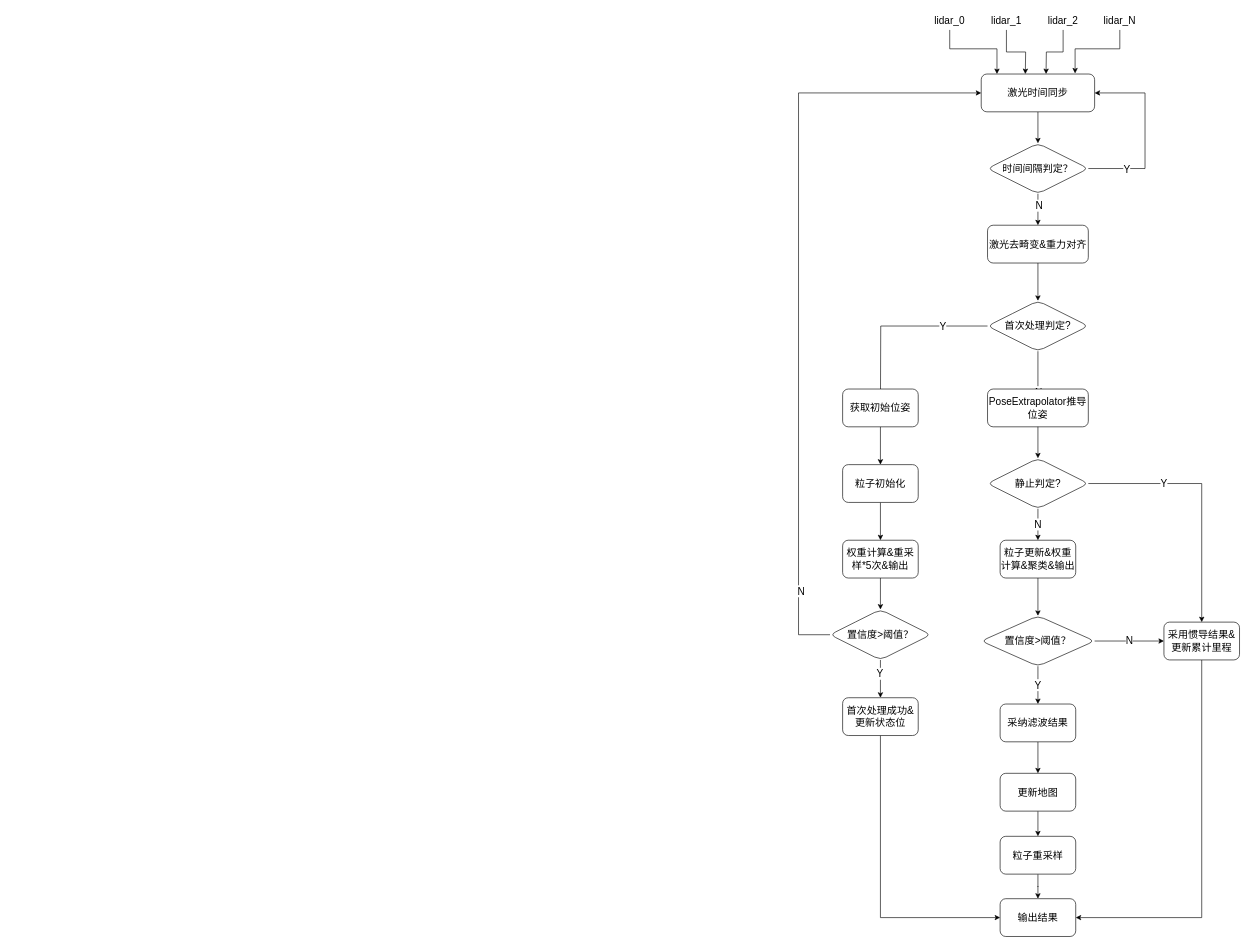
The draw.io diagram AMCL_refactor.drawio in mMikaa00/For_draw_io, before the edit. Source tidied: cells renumbered, new cells numbered last; positions are measured from the earlier drawing's top-left corner, leaving out a move shared by most shapes. Both pictures are drawn from the tidied source at 63%, with x=0, y=0 at pixel (798, 11).
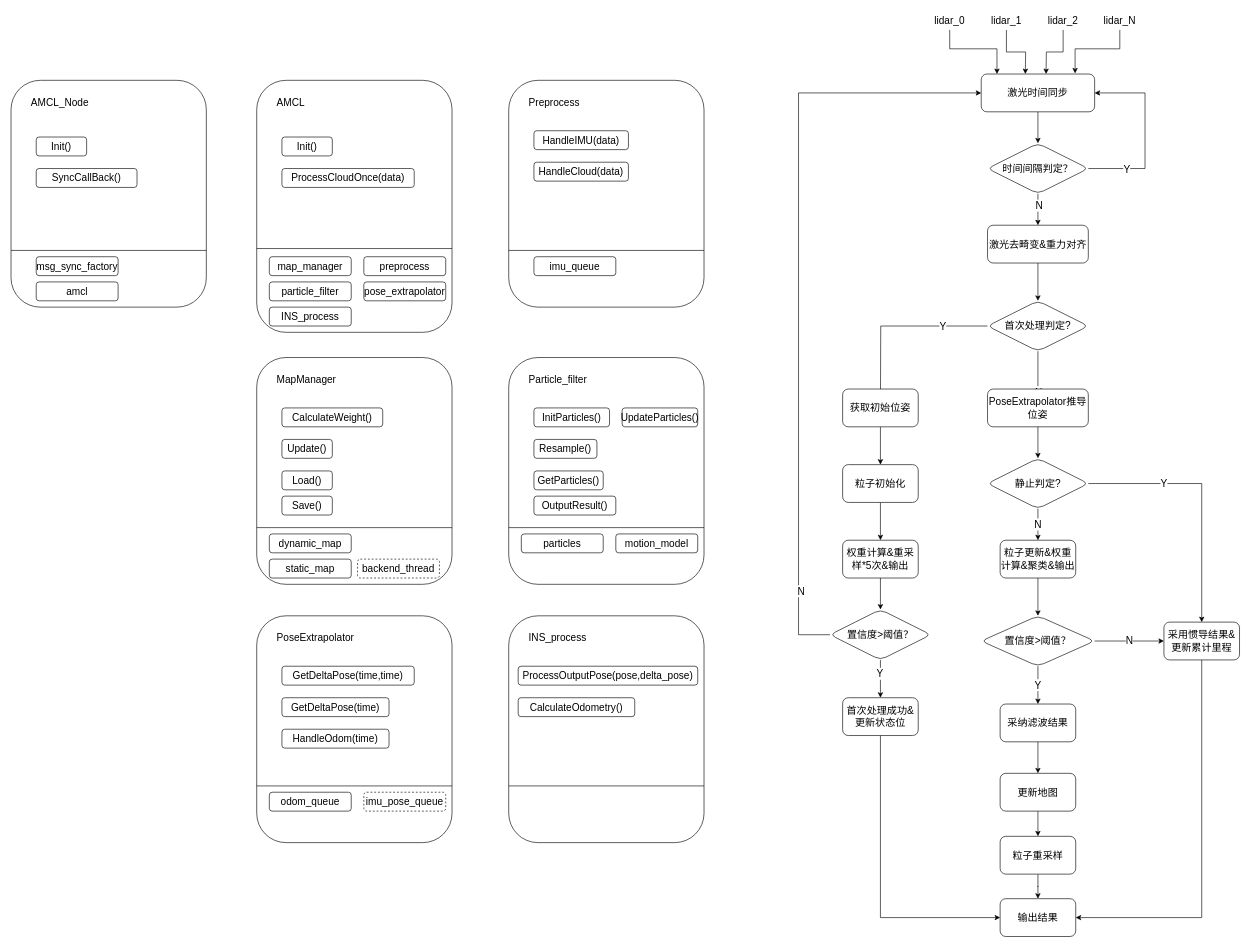
The same page after the edit.

Change to the diagram source:
```diff
@@
+    <mxCell id="55" style="rounded=1;whiteSpace=wrap;html=1;align=left;verticalAlign=top;fillColor=none;" parent="1" vertex="1">
+      <mxGeometry x="-1250" y="110" width="310" height="360" as="geometry" />
+    </mxCell>
+    <mxCell id="56" style="rounded=1;whiteSpace=wrap;html=1;align=left;verticalAlign=top;fillColor=none;" parent="1" vertex="1">
+      <mxGeometry x="-860" y="110" width="310" height="400" as="geometry" />
+    </mxCell>
+    <mxCell id="57" value="AMCL" style="text;html=1;strokeColor=none;fillColor=none;align=left;verticalAlign=middle;whiteSpace=wrap;rounded=0;fontSize=16;" parent="1" vertex="1">
+      <mxGeometry x="-830" y="130" width="110" height="30" as="geometry" />
+    </mxCell>
+    <mxCell id="58" value="Init()" style="rounded=1;whiteSpace=wrap;html=1;fontSize=16;fillColor=none;" parent="1" vertex="1">
+      <mxGeometry x="-820" y="200" width="80" height="30" as="geometry" />
+    </mxCell>
+    <mxCell id="59" value="ProcessCloudOnce(data)" style="rounded=1;whiteSpace=wrap;html=1;fontSize=16;fillColor=none;" parent="1" vertex="1">
+      <mxGeometry x="-820" y="250" width="210" height="30" as="geometry" />
+    </mxCell>
+    <mxCell id="60" style="endArrow=none;html=1;rounded=0;fontSize=16;entryX=1;entryY=0.75;entryDx=0;entryDy=0;exitX=0;exitY=0.75;exitDx=0;exitDy=0;" parent="1" edge="1">
+      <mxGeometry relative="1" as="geometry">
+        <mxPoint x="-860" y="377" as="sourcePoint" />
+        <mxPoint x="-550" y="377" as="targetPoint" />
+      </mxGeometry>
+    </mxCell>
+    <mxCell id="61" style="rounded=1;whiteSpace=wrap;html=1;align=left;verticalAlign=top;fillColor=none;" parent="1" vertex="1">
+      <mxGeometry x="-860" y="550" width="310" height="360" as="geometry" />
+    </mxCell>
+    <mxCell id="62" value="MapManager" style="text;html=1;strokeColor=none;fillColor=none;align=left;verticalAlign=middle;whiteSpace=wrap;rounded=0;fontSize=16;" parent="1" vertex="1">
+      <mxGeometry x="-830" y="570" width="110" height="30" as="geometry" />
+    </mxCell>
+    <mxCell id="63" value="CalculateWeight()" style="rounded=1;whiteSpace=wrap;html=1;fontSize=16;fillColor=none;" parent="1" vertex="1">
+      <mxGeometry x="-820" y="630" width="160" height="30" as="geometry" />
+    </mxCell>
+    <mxCell id="64" value="Update()" style="rounded=1;whiteSpace=wrap;html=1;fontSize=16;fillColor=none;" parent="1" vertex="1">
+      <mxGeometry x="-820" y="680" width="80" height="30" as="geometry" />
+    </mxCell>
+    <mxCell id="65" style="endArrow=none;html=1;rounded=0;fontSize=16;entryX=1;entryY=0.75;entryDx=0;entryDy=0;exitX=0;exitY=0.75;exitDx=0;exitDy=0;" parent="1" edge="1" source="61" target="61">
+      <mxGeometry relative="1" as="geometry" />
+    </mxCell>
+    <mxCell id="66" value="dynamic_map" style="rounded=1;whiteSpace=wrap;html=1;fontSize=16;fillColor=none;" parent="1" vertex="1">
+      <mxGeometry x="-840" y="830" width="130" height="30" as="geometry" />
+    </mxCell>
+    <mxCell id="67" value="static_map" style="rounded=1;whiteSpace=wrap;html=1;fontSize=16;fillColor=none;" parent="1" vertex="1">
+      <mxGeometry x="-840" y="870" width="130" height="30" as="geometry" />
+    </mxCell>
+    <mxCell id="68" value="Load()" style="rounded=1;whiteSpace=wrap;html=1;fontSize=16;fillColor=none;" parent="1" vertex="1">
+      <mxGeometry x="-820" y="730" width="80" height="30" as="geometry" />
+    </mxCell>
+    <mxCell id="69" value="Save()" style="rounded=1;whiteSpace=wrap;html=1;fontSize=16;fillColor=none;" parent="1" vertex="1">
+      <mxGeometry x="-820" y="770" width="80" height="30" as="geometry" />
+    </mxCell>
+    <mxCell id="70" style="rounded=1;whiteSpace=wrap;html=1;align=left;verticalAlign=top;fillColor=none;" parent="1" vertex="1">
+      <mxGeometry x="-460" y="110" width="310" height="360" as="geometry" />
+    </mxCell>
+    <mxCell id="71" value="Preprocess" style="text;html=1;strokeColor=none;fillColor=none;align=left;verticalAlign=middle;whiteSpace=wrap;rounded=0;fontSize=16;" parent="1" vertex="1">
+      <mxGeometry x="-430" y="130" width="110" height="30" as="geometry" />
+    </mxCell>
+    <mxCell id="72" style="endArrow=none;html=1;rounded=0;fontSize=16;entryX=1;entryY=0.75;entryDx=0;entryDy=0;exitX=0;exitY=0.75;exitDx=0;exitDy=0;" parent="1" edge="1" source="70" target="70">
+      <mxGeometry relative="1" as="geometry" />
+    </mxCell>
+    <mxCell id="73" value="msg_sync_factory" style="rounded=1;whiteSpace=wrap;html=1;fontSize=16;fillColor=none;" parent="1" vertex="1">
+      <mxGeometry x="-1210" y="390" width="130" height="30" as="geometry" />
+    </mxCell>
+    <mxCell id="74" value="imu_queue" style="rounded=1;whiteSpace=wrap;html=1;fontSize=16;fillColor=none;" parent="1" vertex="1">
+      <mxGeometry x="-420" y="390" width="130" height="30" as="geometry" />
+    </mxCell>
+    <mxCell id="75" value="AMCL_Node" style="text;html=1;strokeColor=none;fillColor=none;align=left;verticalAlign=middle;whiteSpace=wrap;rounded=0;fontSize=16;" parent="1" vertex="1">
+      <mxGeometry x="-1220" y="130" width="110" height="30" as="geometry" />
+    </mxCell>
+    <mxCell id="76" value="Init()" style="rounded=1;whiteSpace=wrap;html=1;fontSize=16;fillColor=none;" parent="1" vertex="1">
+      <mxGeometry x="-1210" y="200" width="80" height="30" as="geometry" />
+    </mxCell>
+    <mxCell id="77" style="endArrow=none;html=1;rounded=0;fontSize=16;entryX=1;entryY=0.75;entryDx=0;entryDy=0;exitX=0;exitY=0.75;exitDx=0;exitDy=0;" parent="1" edge="1" source="55" target="55">
+      <mxGeometry relative="1" as="geometry" />
+    </mxCell>
+    <mxCell id="78" value="amcl" style="rounded=1;whiteSpace=wrap;html=1;fontSize=16;fillColor=none;" parent="1" vertex="1">
+      <mxGeometry x="-1210" y="430" width="130" height="30" as="geometry" />
+    </mxCell>
+    <mxCell id="79" value="SyncCallBack()" style="rounded=1;whiteSpace=wrap;html=1;fontSize=16;fillColor=none;" parent="1" vertex="1">
+      <mxGeometry x="-1210" y="250" width="160" height="30" as="geometry" />
+    </mxCell>
+    <mxCell id="80" value="HandleIMU(data)" style="rounded=1;whiteSpace=wrap;html=1;fontSize=16;fillColor=none;" parent="1" vertex="1">
+      <mxGeometry x="-420" y="190" width="150" height="30" as="geometry" />
+    </mxCell>
+    <mxCell id="81" value="HandleCloud(data)" style="rounded=1;whiteSpace=wrap;html=1;fontSize=16;fillColor=none;" parent="1" vertex="1">
+      <mxGeometry x="-420" y="240" width="150" height="30" as="geometry" />
+    </mxCell>
+    <mxCell id="82" value="map_manager" style="rounded=1;whiteSpace=wrap;html=1;fontSize=16;fillColor=none;" parent="1" vertex="1">
+      <mxGeometry x="-840" y="390" width="130" height="30" as="geometry" />
+    </mxCell>
+    <mxCell id="83" value="preprocess" style="rounded=1;whiteSpace=wrap;html=1;fontSize=16;fillColor=none;" parent="1" vertex="1">
+      <mxGeometry x="-690" y="390" width="130" height="30" as="geometry" />
+    </mxCell>
+    <mxCell id="84" value="particle_filter" style="rounded=1;whiteSpace=wrap;html=1;fontSize=16;fillColor=none;" parent="1" vertex="1">
+      <mxGeometry x="-840" y="430" width="130" height="30" as="geometry" />
+    </mxCell>
+    <mxCell id="85" value="pose_extrapolator" style="rounded=1;whiteSpace=wrap;html=1;fontSize=16;fillColor=none;" parent="1" vertex="1">
+      <mxGeometry x="-690" y="430" width="130" height="30" as="geometry" />
+    </mxCell>
+    <mxCell id="86" value="INS_process" style="rounded=1;whiteSpace=wrap;html=1;fontSize=16;fillColor=none;" parent="1" vertex="1">
+      <mxGeometry x="-840" y="470" width="130" height="30" as="geometry" />
+    </mxCell>
+    <mxCell id="87" value="backend_thread" style="rounded=1;whiteSpace=wrap;html=1;fontSize=16;fillColor=none;dashed=1;" parent="1" vertex="1">
+      <mxGeometry x="-700" y="870" width="130" height="30" as="geometry" />
+    </mxCell>
+    <mxCell id="88" style="rounded=1;whiteSpace=wrap;html=1;align=left;verticalAlign=top;fillColor=none;" parent="1" vertex="1">
+      <mxGeometry x="-460" y="550" width="310" height="360" as="geometry" />
+    </mxCell>
+    <mxCell id="89" value="Particle_filter" style="text;html=1;strokeColor=none;fillColor=none;align=left;verticalAlign=middle;whiteSpace=wrap;rounded=0;fontSize=16;" parent="1" vertex="1">
+      <mxGeometry x="-430" y="570" width="110" height="30" as="geometry" />
+    </mxCell>
+    <mxCell id="90" value="InitParticles()" style="rounded=1;whiteSpace=wrap;html=1;fontSize=16;fillColor=none;" parent="1" vertex="1">
+      <mxGeometry x="-420" y="630" width="120" height="30" as="geometry" />
+    </mxCell>
+    <mxCell id="91" value="Resample()" style="rounded=1;whiteSpace=wrap;html=1;fontSize=16;fillColor=none;" parent="1" vertex="1">
+      <mxGeometry x="-420" y="680" width="100" height="30" as="geometry" />
+    </mxCell>
+    <mxCell id="92" style="endArrow=none;html=1;rounded=0;fontSize=16;entryX=1;entryY=0.75;entryDx=0;entryDy=0;exitX=0;exitY=0.75;exitDx=0;exitDy=0;" parent="1" edge="1" source="88" target="88">
+      <mxGeometry relative="1" as="geometry" />
+    </mxCell>
+    <mxCell id="93" value="particles" style="rounded=1;whiteSpace=wrap;html=1;fontSize=16;fillColor=none;" parent="1" vertex="1">
+      <mxGeometry x="-440" y="830" width="130" height="30" as="geometry" />
+    </mxCell>
+    <mxCell id="94" value="GetParticles()" style="rounded=1;whiteSpace=wrap;html=1;fontSize=16;fillColor=none;" parent="1" vertex="1">
+      <mxGeometry x="-420" y="730" width="110" height="30" as="geometry" />
+    </mxCell>
+    <mxCell id="95" value="OutputResult()" style="rounded=1;whiteSpace=wrap;html=1;fontSize=16;fillColor=none;" parent="1" vertex="1">
+      <mxGeometry x="-420" y="770" width="130" height="30" as="geometry" />
+    </mxCell>
+    <mxCell id="96" value="UpdateParticles()" style="rounded=1;whiteSpace=wrap;html=1;fontSize=16;fillColor=none;" parent="1" vertex="1">
+      <mxGeometry x="-280" y="630" width="120" height="30" as="geometry" />
+    </mxCell>
+    <mxCell id="97" value="motion_model" style="rounded=1;whiteSpace=wrap;html=1;fontSize=16;fillColor=none;" parent="1" vertex="1">
+      <mxGeometry x="-290" y="830" width="130" height="30" as="geometry" />
+    </mxCell>
+    <mxCell id="98" style="rounded=1;whiteSpace=wrap;html=1;align=left;verticalAlign=top;fillColor=none;" parent="1" vertex="1">
+      <mxGeometry x="-860" y="960" width="310" height="360" as="geometry" />
+    </mxCell>
+    <mxCell id="99" value="PoseExtrapolator" style="text;html=1;strokeColor=none;fillColor=none;align=left;verticalAlign=middle;whiteSpace=wrap;rounded=0;fontSize=16;" parent="1" vertex="1">
+      <mxGeometry x="-830" y="980" width="110" height="30" as="geometry" />
+    </mxCell>
+    <mxCell id="100" value="GetDeltaPose(time)" style="rounded=1;whiteSpace=wrap;html=1;fontSize=16;fillColor=none;" parent="1" vertex="1">
+      <mxGeometry x="-820" y="1090" width="170" height="30" as="geometry" />
+    </mxCell>
+    <mxCell id="101" style="endArrow=none;html=1;rounded=0;fontSize=16;entryX=1;entryY=0.75;entryDx=0;entryDy=0;exitX=0;exitY=0.75;exitDx=0;exitDy=0;" parent="1" edge="1" source="98" target="98">
+      <mxGeometry relative="1" as="geometry" />
+    </mxCell>
+    <mxCell id="102" value="odom_queue" style="rounded=1;whiteSpace=wrap;html=1;fontSize=16;fillColor=none;" parent="1" vertex="1">
+      <mxGeometry x="-840" y="1240" width="130" height="30" as="geometry" />
+    </mxCell>
+    <mxCell id="103" value="imu_pose_queue" style="rounded=1;whiteSpace=wrap;html=1;fontSize=16;fillColor=none;dashed=1;" parent="1" vertex="1">
+      <mxGeometry x="-690" y="1240" width="130" height="30" as="geometry" />
+    </mxCell>
+    <mxCell id="104" value="GetDeltaPose(time,time)" style="rounded=1;whiteSpace=wrap;html=1;fontSize=16;fillColor=none;" parent="1" vertex="1">
+      <mxGeometry x="-820" y="1040" width="210" height="30" as="geometry" />
+    </mxCell>
+    <mxCell id="105" value="HandleOdom(time)" style="rounded=1;whiteSpace=wrap;html=1;fontSize=16;fillColor=none;" parent="1" vertex="1">
+      <mxGeometry x="-820" y="1140" width="170" height="30" as="geometry" />
+    </mxCell>
+    <mxCell id="106" style="rounded=1;whiteSpace=wrap;html=1;align=left;verticalAlign=top;fillColor=none;" parent="1" vertex="1">
+      <mxGeometry x="-460" y="960" width="310" height="360" as="geometry" />
+    </mxCell>
+    <mxCell id="107" value="INS_process" style="text;html=1;strokeColor=none;fillColor=none;align=left;verticalAlign=middle;whiteSpace=wrap;rounded=0;fontSize=16;" parent="1" vertex="1">
+      <mxGeometry x="-430" y="980" width="110" height="30" as="geometry" />
+    </mxCell>
+    <mxCell id="108" style="endArrow=none;html=1;rounded=0;fontSize=16;entryX=1;entryY=0.75;entryDx=0;entryDy=0;exitX=0;exitY=0.75;exitDx=0;exitDy=0;" parent="1" edge="1" source="106" target="106">
+      <mxGeometry relative="1" as="geometry" />
+    </mxCell>
+    <mxCell id="109" value="ProcessOutputPose(pose,delta_pose)" style="rounded=1;whiteSpace=wrap;html=1;fontSize=16;fillColor=none;" parent="1" vertex="1">
+      <mxGeometry x="-445" y="1040" width="285" height="30" as="geometry" />
+    </mxCell>
+    <mxCell id="110" value="CalculateOdometry()" style="rounded=1;whiteSpace=wrap;html=1;fontSize=16;fillColor=none;" parent="1" vertex="1">
+      <mxGeometry x="-445" y="1090" width="185" height="30" as="geometry" />
+    </mxCell>
```
